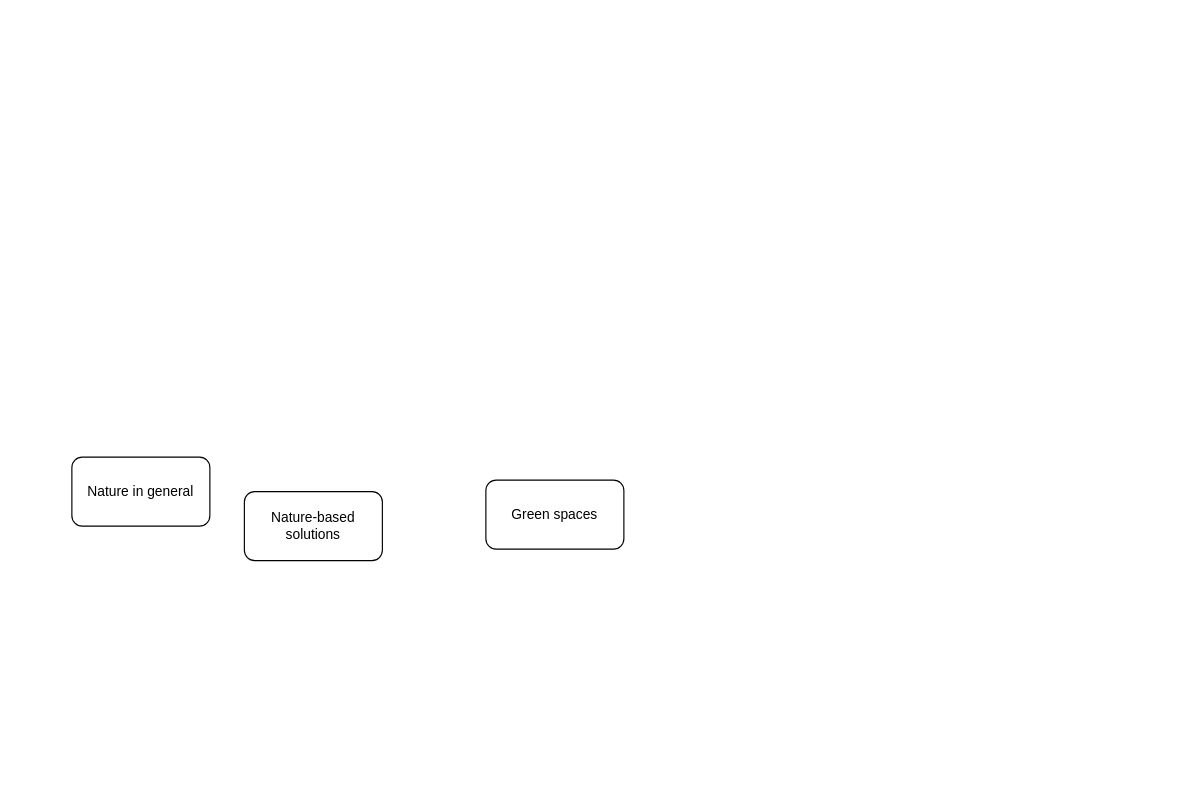
Above: PercRoleNature.drawio in nadasaidi/automatic-funicular (draw.io), before the change. Source tidied: cells renumbered, new cells numbered last; positions are measured from the earlier drawing's top-left corner, leaving out a move shared by most shapes. Both pictures are drawn from the tidied source at 115%, with x=0, y=0 at pixel (71, 457).
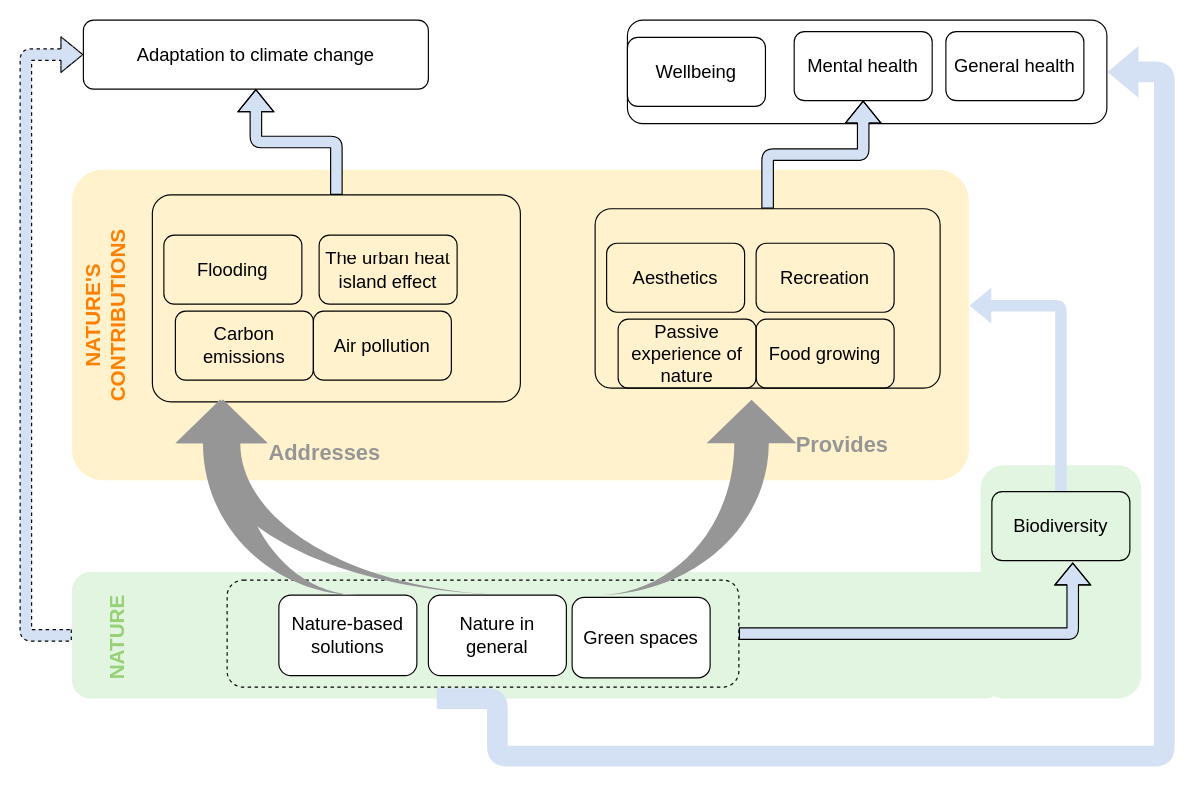
After the change.

Change to the diagram source:
```diff
@@
+    <mxCell id="5" style="rounded=1;whiteSpace=wrap;html=1;fontFamily=CMU Sans Serif;FType=g;fontSize=16;strokeColor=none;fillColor=#E1F5E0;" parent="1" vertex="1">
+      <mxGeometry y="100" width="810" height="110" as="geometry" />
+    </mxCell>
+    <mxCell id="6" style="rounded=1;whiteSpace=wrap;html=1;fontFamily=CMU Sans Serif;fontSize=18;fillColor=none;" parent="1" vertex="1">
+      <mxGeometry x="483.1" y="-380" width="416.9" height="90" as="geometry" />
+    </mxCell>
+    <mxCell id="7" style="rounded=1;whiteSpace=wrap;html=1;fontFamily=CMU Sans Serif;FType=g;fontSize=16;strokeColor=none;fillColor=#E1F5E0;gradientDirection=north;" parent="1" vertex="1">
+      <mxGeometry x="790" y="7" width="140" height="203" as="geometry" />
+    </mxCell>
+    <mxCell id="8" style="rounded=1;whiteSpace=wrap;html=1;fontFamily=CMU Sans Serif;fontSize=18;strokeColor=none;fillColor=#FFF2CC;arcSize=10;" parent="1" vertex="1">
+      <mxGeometry y="-250" width="780" height="270" as="geometry" />
+    </mxCell>
+    <mxCell id="9" style="edgeStyle=orthogonalEdgeStyle;shape=flexArrow;rounded=1;jettySize=auto;html=1;exitX=0;exitY=0.5;exitDx=0;exitDy=0;entryX=0;entryY=0.5;entryDx=0;entryDy=0;shadow=0;dashed=1;fillColor=#D4E1F5;fontFamily=CMU Sans Serif;fontSize=19;fontColor=#97D077;" parent="1" edge="1" source="5" target="25">
+      <mxGeometry relative="1" as="geometry">
+        <Array as="points">
+          <mxPoint x="-40" y="155" />
+          <mxPoint x="-40" y="-350" />
+        </Array>
+      </mxGeometry>
+    </mxCell>
+    <mxCell id="10" style="rounded=1;whiteSpace=wrap;html=1;fillColor=none;fontFamily=CMU Sans Serif;fontSize=18;arcSize=9;" parent="1" vertex="1">
+      <mxGeometry x="455" y="-216" width="300" height="156" as="geometry" />
+    </mxCell>
+    <mxCell id="11" style="edgeStyle=orthogonalEdgeStyle;shape=flexArrow;rounded=1;jettySize=auto;html=1;exitX=0.5;exitY=0;exitDx=0;exitDy=0;shadow=0;fillColor=#D4E1F5;fontFamily=CMU Sans Serif;fontSize=18;" parent="1" edge="1" source="12" target="25">
+      <mxGeometry relative="1" as="geometry" />
+    </mxCell>
+    <mxCell id="12" style="rounded=1;whiteSpace=wrap;html=1;fillColor=none;fontFamily=CMU Sans Serif;fontSize=18;arcSize=9;" parent="1" vertex="1">
+      <mxGeometry x="70" y="-228" width="320" height="180" as="geometry" />
+    </mxCell>
-    <mxCell id="2" value="Nature in general" style="rounded=1;whiteSpace=wrap;html=1;" parent="1" vertex="1">
-      <mxGeometry width="120" height="60" as="geometry" />
+    <mxCell id="2" value="Nature in general" style="rounded=1;whiteSpace=wrap;html=1;fontFamily=CMU Sans Serif;FType=g;fontSize=16;" parent="1" vertex="1">
+      <mxGeometry x="310" y="120" width="120" height="70" as="geometry" />
     </mxCell>
-    <mxCell id="3" value="Green spaces" style="rounded=1;whiteSpace=wrap;html=1;" parent="1" vertex="1">
-      <mxGeometry x="360" y="20" width="120" height="60" as="geometry" />
+    <mxCell id="3" value="Green spaces" style="rounded=1;whiteSpace=wrap;html=1;fontFamily=CMU Sans Serif;FType=g;fontSize=16;" parent="1" vertex="1">
+      <mxGeometry x="435" y="121.9" width="120" height="70" as="geometry" />
     </mxCell>
-    <mxCell id="4" value="Nature-based solutions" style="rounded=1;whiteSpace=wrap;html=1;" parent="1" vertex="1">
-      <mxGeometry x="150" y="30" width="120" height="60" as="geometry" />
+    <mxCell id="4" value="Nature-based solutions" style="rounded=1;whiteSpace=wrap;html=1;fontFamily=CMU Sans Serif;FType=g;fontSize=16;" parent="1" vertex="1">
+      <mxGeometry x="180" y="120" width="120" height="70" as="geometry" />
     </mxCell>
+    <mxCell id="13" value="Flooding" style="rounded=1;whiteSpace=wrap;html=1;fillColor=none;fontFamily=CMU Sans Serif;FType=g;fontSize=16;" parent="1" vertex="1">
+      <mxGeometry x="80" y="-193" width="120" height="60" as="geometry" />
+    </mxCell>
+    <mxCell id="14" value="The urban heat island effect" style="rounded=1;whiteSpace=wrap;html=1;fillColor=none;fontFamily=CMU Sans Serif;FType=g;fontSize=16;" parent="1" vertex="1">
+      <mxGeometry x="215" y="-193" width="120" height="60" as="geometry" />
+    </mxCell>
+    <mxCell id="15" value="Air pollution" style="rounded=1;whiteSpace=wrap;html=1;fillColor=none;fontFamily=CMU Sans Serif;FType=g;fontSize=16;" parent="1" vertex="1">
+      <mxGeometry x="210" y="-127" width="120" height="60" as="geometry" />
+    </mxCell>
+    <mxCell id="16" value="Carbon emissions" style="rounded=1;whiteSpace=wrap;html=1;fillColor=none;fontFamily=CMU Sans Serif;FType=g;fontSize=16;" parent="1" vertex="1">
+      <mxGeometry x="90" y="-127" width="120" height="60" as="geometry" />
+    </mxCell>
+    <mxCell id="17" value="Recreation" style="rounded=1;whiteSpace=wrap;html=1;fillColor=none;fontFamily=CMU Sans Serif;FType=g;fontSize=16;" parent="1" vertex="1">
+      <mxGeometry x="595" y="-186" width="120" height="60" as="geometry" />
+    </mxCell>
+    <mxCell id="18" value="Passive experience of nature" style="rounded=1;whiteSpace=wrap;html=1;fillColor=none;fontFamily=CMU Sans Serif;FType=g;fontSize=16;" parent="1" vertex="1">
+      <mxGeometry x="475" y="-120" width="120" height="60" as="geometry" />
+    </mxCell>
+    <mxCell id="19" value="Food growing" style="rounded=1;whiteSpace=wrap;html=1;fillColor=none;fontFamily=CMU Sans Serif;FType=g;fontSize=16;" parent="1" vertex="1">
+      <mxGeometry x="595" y="-120" width="120" height="60" as="geometry" />
+    </mxCell>
+    <mxCell id="20" value="Aesthetics" style="rounded=1;whiteSpace=wrap;html=1;fillColor=none;fontFamily=CMU Sans Serif;FType=g;fontSize=16;" parent="1" vertex="1">
+      <mxGeometry x="465" y="-186" width="120" height="60" as="geometry" />
+    </mxCell>
+    <mxCell id="21" style="edgeStyle=orthogonalEdgeStyle;shape=flexArrow;rounded=1;jettySize=auto;html=1;exitX=0.5;exitY=0;exitDx=0;exitDy=0;shadow=0;fillColor=#D4E1F5;fontFamily=CMU Sans Serif;fontSize=18;entryX=1;entryY=0.438;entryDx=0;entryDy=0;entryPerimeter=0;dashed=1;strokeColor=none;" parent="1" edge="1" source="22" target="8">
+      <mxGeometry relative="1" as="geometry" />
+    </mxCell>
+    <mxCell id="22" value="Biodiversity" style="rounded=1;whiteSpace=wrap;html=1;fillColor=none;fontFamily=CMU Sans Serif;FType=g;fontSize=16;" parent="1" vertex="1">
+      <mxGeometry x="800" y="30" width="120" height="60" as="geometry" />
+    </mxCell>
+    <mxCell id="23" value="Mental health" style="rounded=1;whiteSpace=wrap;html=1;fillColor=none;fontFamily=CMU Sans Serif;FType=g;fontSize=16;" parent="1" vertex="1">
+      <mxGeometry x="628.1" y="-370" width="120" height="60" as="geometry" />
+    </mxCell>
+    <mxCell id="24" value="General health" style="rounded=1;whiteSpace=wrap;html=1;fillColor=none;fontFamily=CMU Sans Serif;FType=g;fontSize=16;" parent="1" vertex="1">
+      <mxGeometry x="760" y="-370" width="120" height="60" as="geometry" />
+    </mxCell>
+    <mxCell id="25" value="Adaptation to climate change" style="rounded=1;whiteSpace=wrap;html=1;fillColor=none;fontFamily=CMU Sans Serif;FType=g;fontSize=16;" parent="1" vertex="1">
+      <mxGeometry x="10" y="-380" width="300" height="60" as="geometry" />
+    </mxCell>
+    <mxCell id="26" value="Addresses" style="text;html=1;strokeColor=none;fillColor=none;align=center;verticalAlign=middle;whiteSpace=wrap;rounded=0;fontSize=19;fontFamily=CMU Sans Serif;fontStyle=1;fontColor=#969696;" parent="1" vertex="1">
+      <mxGeometry x="200" y="-13" width="40" height="20" as="geometry" />
+    </mxCell>
+    <mxCell id="27" style="edgeStyle=orthogonalEdgeStyle;shape=flexArrow;rounded=1;jettySize=auto;html=1;entryX=0.5;entryY=1;entryDx=0;entryDy=0;shadow=0;fillColor=#D4E1F5;fontFamily=CMU Sans Serif;fontSize=18;" parent="1" edge="1" source="10" target="23">
+      <mxGeometry relative="1" as="geometry" />
+    </mxCell>
+    <mxCell id="28" value="Provides" style="text;html=1;strokeColor=none;fillColor=none;align=center;verticalAlign=middle;whiteSpace=wrap;rounded=0;fontSize=19;fontFamily=CMU Sans Serif;fontStyle=1;fontColor=#969696;" parent="1" vertex="1">
+      <mxGeometry x="650" y="-20" width="40" height="20" as="geometry" />
+    </mxCell>
+    <mxCell id="29" style="html=1;shadow=0;dashed=0;align=center;verticalAlign=middle;shape=mxgraph.arrows2.jumpInArrow;dy=15;dx=38;arrowHead=78;fontFamily=CMU Sans Serif;fontSize=18;flipH=1;flipV=1;rotation=90;fillColor=#D4E1F5;strokeColor=none;" parent="1" vertex="1">
+      <mxGeometry x="85" y="-45" width="170" height="160" as="geometry" />
+    </mxCell>
+    <mxCell id="30" style="rounded=1;jettySize=auto;html=1;exitX=0.391;exitY=1;exitDx=0;exitDy=0;fontFamily=CMU Sans Serif;fontSize=18;shape=flexArrow;edgeStyle=orthogonalEdgeStyle;sketch=0;shadow=0;strokeColor=none;fillColor=#D4E1F5;width=18;endSize=8.67;endWidth=26;entryX=1;entryY=0.5;entryDx=0;entryDy=0;exitPerimeter=0;" parent="1" edge="1" source="5" target="6">
+      <mxGeometry relative="1" as="geometry">
+        <Array as="points">
+          <mxPoint x="370" y="210" />
+          <mxPoint x="370" y="260" />
+          <mxPoint x="950" y="260" />
+        </Array>
+      </mxGeometry>
+    </mxCell>
+    <mxCell id="31" value="NATURE'S CONTRIBUTIONS" style="text;html=1;strokeColor=none;fillColor=none;align=center;verticalAlign=middle;whiteSpace=wrap;rounded=0;fontFamily=CMU Sans Serif;fontSize=18;rotation=-90;fontStyle=1;fontColor=#FF8000;" parent="1" vertex="1">
+      <mxGeometry x="10" y="-133" width="40" height="20" as="geometry" />
+    </mxCell>
+    <mxCell id="32" value="NATURE" style="text;html=1;strokeColor=none;fillColor=none;align=center;verticalAlign=middle;whiteSpace=wrap;rounded=0;fontFamily=CMU Sans Serif;fontSize=18;rotation=-90;fontStyle=1;fontColor=#97D077;" parent="1" vertex="1">
+      <mxGeometry x="20" y="146.9" width="40" height="20" as="geometry" />
+    </mxCell>
+    <mxCell id="33" style="rounded=1;whiteSpace=wrap;html=1;fontFamily=CMU Sans Serif;fontSize=19;fontColor=#97D077;fillColor=none;dashed=1;" parent="1" vertex="1">
+      <mxGeometry x="135" y="106.9" width="445" height="93.1" as="geometry" />
+    </mxCell>
+    <mxCell id="34" style="edgeStyle=orthogonalEdgeStyle;shape=flexArrow;rounded=1;jettySize=auto;html=1;exitX=1;exitY=0.5;exitDx=0;exitDy=0;entryX=0.586;entryY=1.027;entryDx=0;entryDy=0;entryPerimeter=0;shadow=0;fillColor=#D4E1F5;fontFamily=CMU Sans Serif;fontSize=18;" parent="1" edge="1" source="33" target="22">
+      <mxGeometry relative="1" as="geometry" />
+    </mxCell>
+    <mxCell id="35" style="html=1;shadow=0;dashed=0;align=center;verticalAlign=middle;shape=mxgraph.arrows2.jumpInArrow;dy=15;dx=38;arrowHead=78;fontFamily=CMU Sans Serif;fontSize=18;flipH=1;flipV=1;rotation=90;strokeColor=none;fillColor=#969696;" parent="1" vertex="1">
+      <mxGeometry x="156.2" y="-113.8" width="170" height="297.5" as="geometry" />
+    </mxCell>
+    <mxCell id="36" style="html=1;shadow=0;dashed=0;align=center;verticalAlign=middle;shape=mxgraph.arrows2.jumpInArrow;dy=15;dx=38;arrowHead=78;fontFamily=CMU Sans Serif;fontSize=18;flipH=1;flipV=1;rotation=90;strokeColor=none;fillColor=#969696;" parent="1" vertex="1">
+      <mxGeometry x="85" y="-45" width="170" height="160" as="geometry" />
+    </mxCell>
+    <mxCell id="37" style="html=1;shadow=0;dashed=0;align=center;verticalAlign=middle;shape=mxgraph.arrows2.jumpInArrow;dy=15;dx=38;arrowHead=78;fontFamily=CMU Sans Serif;fontSize=18;flipH=1;flipV=0;rotation=90;strokeColor=none;fillColor=#969696;" parent="1" vertex="1">
+      <mxGeometry x="458.1" y="-51.9" width="170" height="173.8" as="geometry" />
+    </mxCell>
+    <mxCell id="38" value="Wellbeing" style="rounded=1;whiteSpace=wrap;html=1;fillColor=none;fontFamily=CMU Sans Serif;FType=g;fontSize=16;" parent="1" vertex="1">
+      <mxGeometry x="483.1" y="-365" width="120" height="60" as="geometry" />
+    </mxCell>
```
